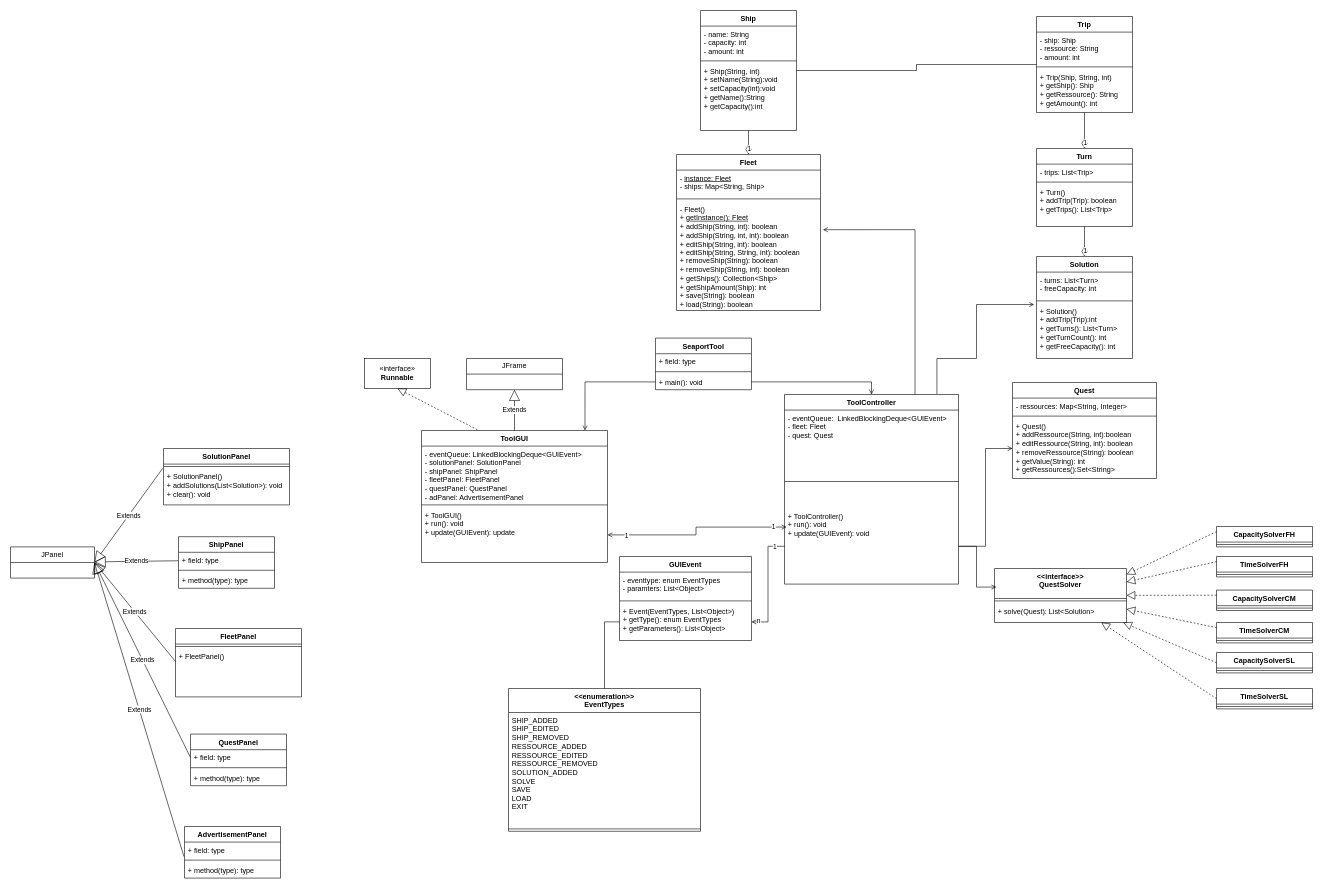
sloorx/SeaportTool keeps this draw.io diagram as doc/Klassendiagramm.drawio. Above is the earlier version. Source tidied: cells renumbered, new cells numbered last; positions are measured from the earlier drawing's top-left corner, leaving out a move shared by most shapes. Both pictures are drawn from the tidied source at 60%, with x=0, y=0 at pixel (10, 10).
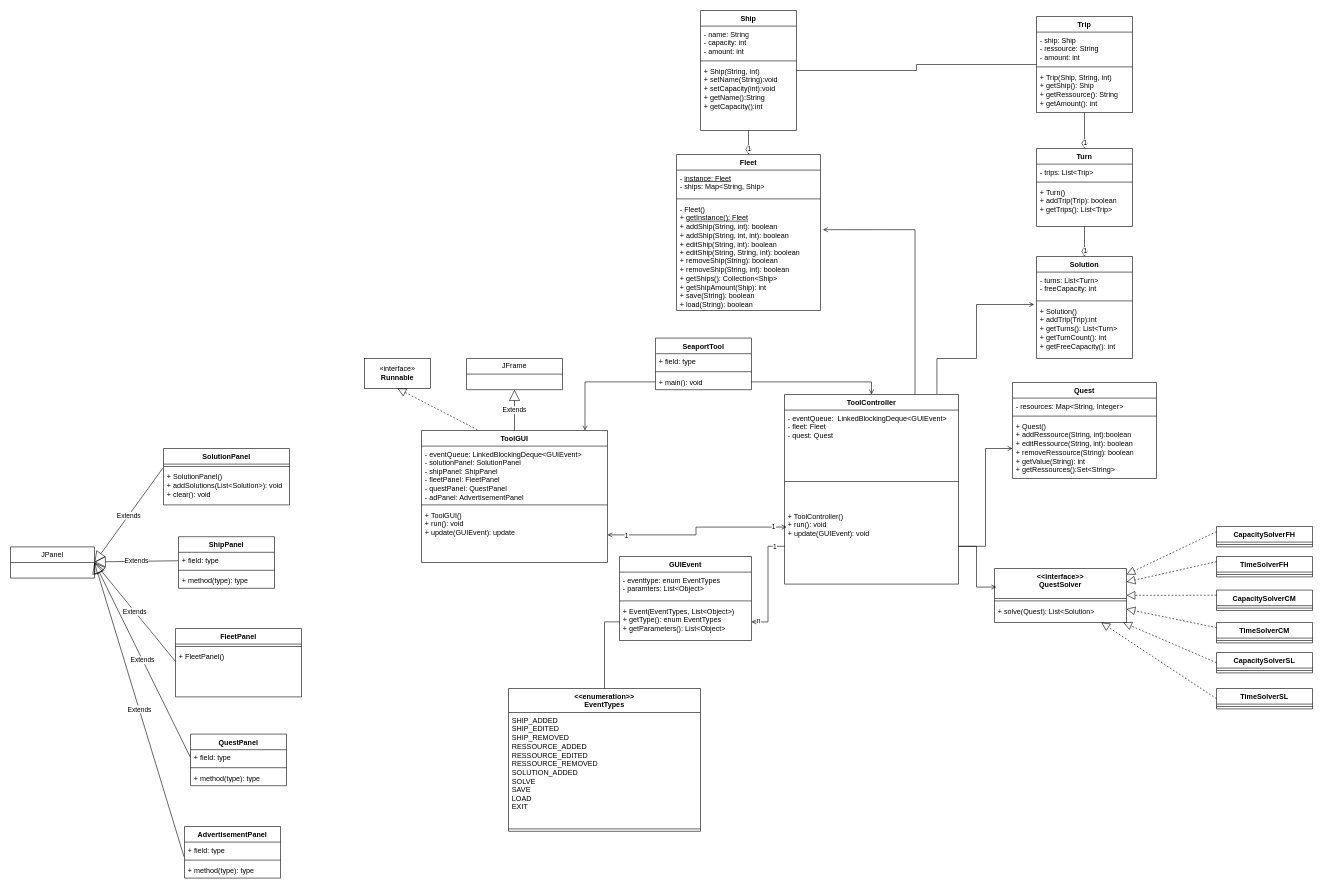
Above is the later version.

The change refers to these unchanged cells:
```xml
<mxCell id="9" value="Quest" style="swimlane;fontStyle=1;align=center;verticalAlign=top;horizontal=1;startSize=26;whiteSpace=wrap;html=1;" parent="1" vertex="1">
  <mxGeometry x="1670" y="620" width="240" height="160" as="geometry" />
</mxCell>
```

Change to the diagram source:
```diff
@@
-    <mxCell id="10" value="- ressources: Map&amp;lt;String, Integer&amp;gt;" style="text;strokeColor=none;fillColor=none;align=left;verticalAlign=top;spacingLeft=4;spacingRight=4;overflow=hidden;whiteSpace=wrap;html=1;" parent="9" vertex="1">
+    <mxCell id="10" value="- resources: Map&amp;lt;String, Integer&amp;gt;" style="text;strokeColor=none;fillColor=none;align=left;verticalAlign=top;spacingLeft=4;spacingRight=4;overflow=hidden;whiteSpace=wrap;html=1;" parent="9" vertex="1">
       <mxGeometry y="26" width="240" height="26" as="geometry" />
     </mxCell>
```
